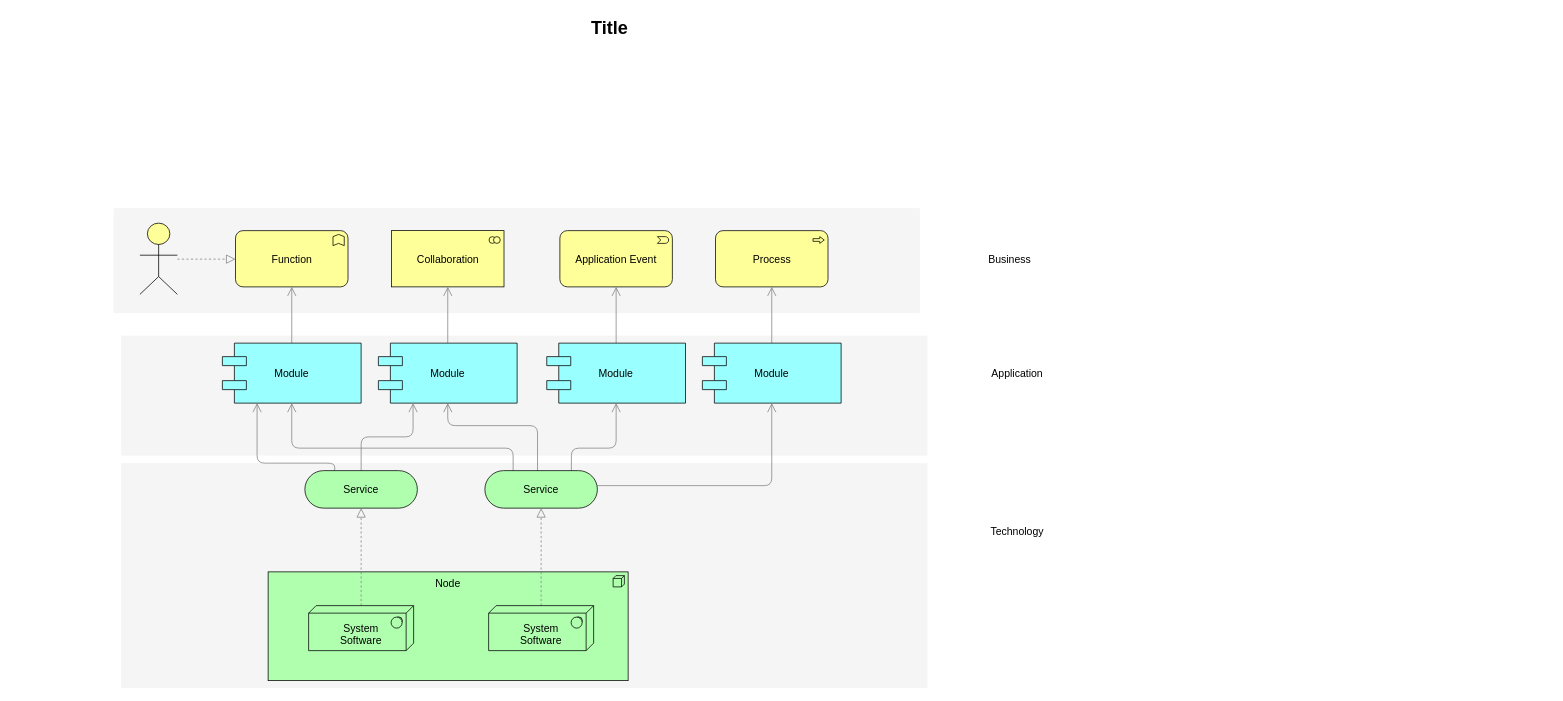
cocokoo/website keeps this draw.io diagram as 运营系统DM架构.drawio. Above is the earlier version. Source tidied: cells renumbered, new cells numbered last; positions are measured from the earlier drawing's top-left corner, leaving out a move shared by most shapes. Both pictures are drawn from the tidied source at 75%, with x=0, y=0 at pixel (13, 13).
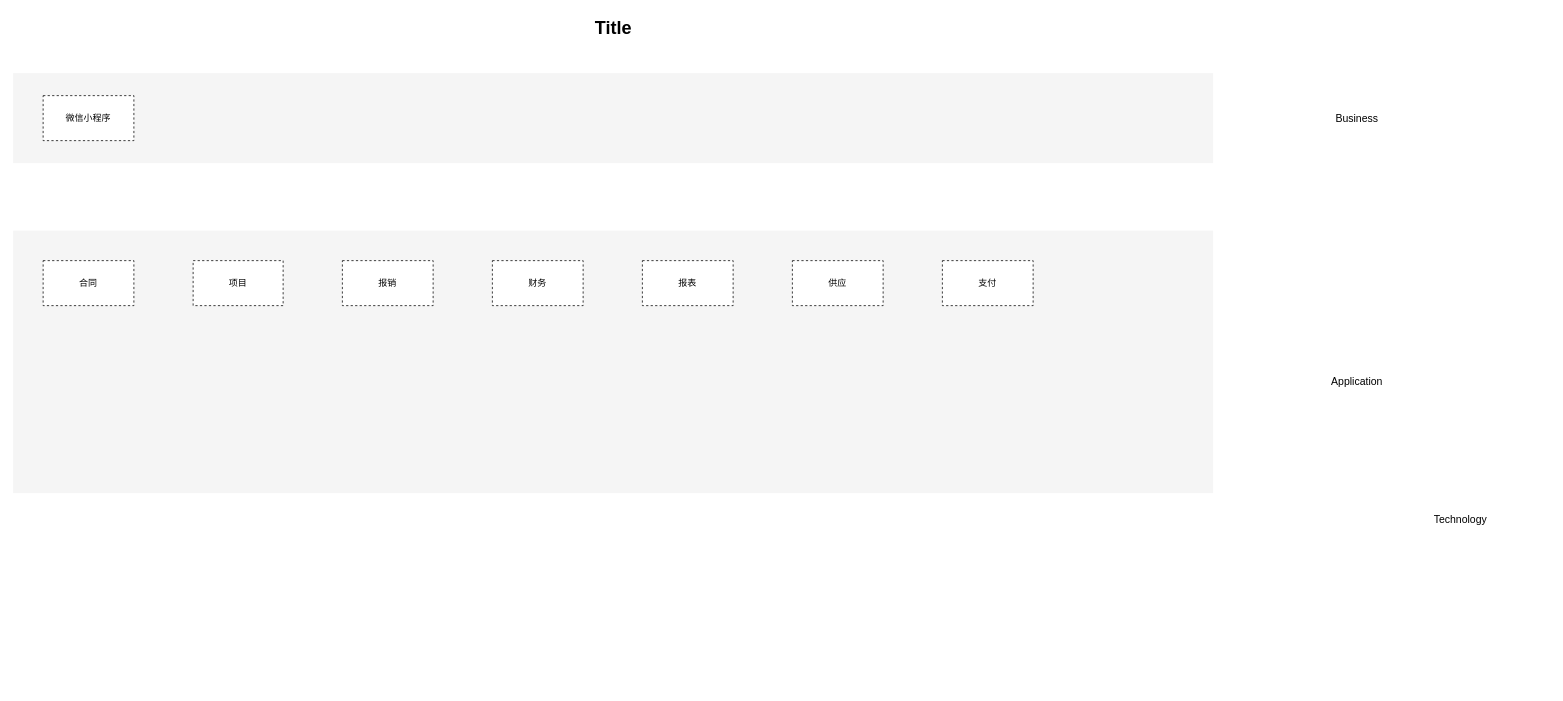
The same diagram, later.

Commit message (it also covers changes not shown here):
Update 运营系统DM架构.drawio

The edit, as a diff of the source:
```diff
@@
-    <mxCell id="2" style="whiteSpace=wrap;html=1;strokeColor=none;strokeWidth=1;fillColor=#f5f5f5;fontSize=14;" parent="1" vertex="1">
-      <mxGeometry x="144" y="600" width="1075" height="300" as="geometry" />
-    </mxCell>
-    <mxCell id="3" style="whiteSpace=wrap;html=1;strokeColor=none;strokeWidth=1;fillColor=#f5f5f5;fontSize=14;" parent="1" vertex="1">
-      <mxGeometry x="144" y="430" width="1075" height="160" as="geometry" />
-    </mxCell>
-    <mxCell id="4" style="whiteSpace=wrap;html=1;strokeColor=none;strokeWidth=1;fillColor=#f5f5f5;fontSize=14;" parent="1" vertex="1">
-      <mxGeometry x="134" y="260" width="1075" height="140" as="geometry" />
-    </mxCell>
-    <mxCell id="5" value="Node" style="html=1;whiteSpace=wrap;fillColor=#AFFFAF;strokeColor=#000000;shape=mxgraph.archimate3.application;appType=node;archiType=square;fontSize=14;verticalAlign=top;" parent="1" vertex="1">
-      <mxGeometry x="340" y="745" width="480" height="145" as="geometry" />
-    </mxCell>
-    <mxCell id="6" style="edgeStyle=elbowEdgeStyle;rounded=1;elbow=vertical;html=1;startSize=10;endArrow=block;endFill=0;endSize=10;jettySize=auto;strokeColor=#808080;fontSize=14;dashed=1;" parent="1" edge="1" source="7" target="12">
-      <mxGeometry relative="1" as="geometry" />
-    </mxCell>
-    <mxCell id="7" value="&lt;div&gt;&lt;br&gt;&lt;/div&gt;System&lt;div&gt;Software&lt;/div&gt;" style="html=1;whiteSpace=wrap;fillColor=#AFFFAF;strokeColor=#000000;shape=mxgraph.archimate3.tech;techType=sysSw;fontSize=14;" parent="1" vertex="1">
-      <mxGeometry x="394" y="790" width="140" height="60" as="geometry" />
-    </mxCell>
-    <mxCell id="8" style="edgeStyle=elbowEdgeStyle;rounded=1;elbow=vertical;html=1;startSize=10;endArrow=block;endFill=0;endSize=10;jettySize=auto;strokeColor=#808080;fontSize=14;dashed=1;" parent="1" edge="1" source="9" target="17">
-      <mxGeometry relative="1" as="geometry" />
-    </mxCell>
-    <mxCell id="9" value="&lt;div&gt;&lt;br&gt;&lt;/div&gt;&lt;div&gt;&lt;span&gt;System&lt;/span&gt;&lt;div&gt;Software&lt;/div&gt;&lt;/div&gt;" style="html=1;whiteSpace=wrap;fillColor=#AFFFAF;strokeColor=#000000;shape=mxgraph.archimate3.tech;techType=sysSw;fontSize=14;" parent="1" vertex="1">
-      <mxGeometry x="634" y="790" width="140" height="60" as="geometry" />
-    </mxCell>
-    <mxCell id="10" style="edgeStyle=elbowEdgeStyle;rounded=1;elbow=vertical;html=1;startSize=10;endArrow=open;endFill=0;endSize=10;jettySize=auto;strokeColor=#808080;fontSize=14;entryX=0.25;entryY=1;" parent="1" edge="1" source="12" target="21">
-      <mxGeometry relative="1" as="geometry" />
-    </mxCell>
-    <mxCell id="11" style="edgeStyle=elbowEdgeStyle;rounded=1;elbow=vertical;html=1;startSize=10;endArrow=open;endFill=0;endSize=10;jettySize=auto;strokeColor=#808080;fontSize=14;entryX=0.25;entryY=1;exitX=0.265;exitY=0.007;exitPerimeter=0;" parent="1" edge="1" source="12" target="19">
-      <mxGeometry relative="1" as="geometry">
-        <Array as="points">
-          <mxPoint x="372" y="600" />
-        </Array>
-      </mxGeometry>
-    </mxCell>
-    <mxCell id="12" value="Service" style="html=1;whiteSpace=wrap;fillColor=#AFFFAF;strokeColor=#000000;shape=mxgraph.archimate3.service;fontSize=14;" parent="1" vertex="1">
-      <mxGeometry x="389" y="610" width="150" height="50" as="geometry" />
-    </mxCell>
-    <mxCell id="13" style="edgeStyle=elbowEdgeStyle;rounded=1;elbow=vertical;html=1;startSize=10;endArrow=open;endFill=0;endSize=10;jettySize=auto;strokeColor=#808080;fontSize=14;" parent="1" edge="1" source="17" target="25">
-      <mxGeometry relative="1" as="geometry">
-        <Array as="points">
-          <mxPoint x="859" y="630" />
-        </Array>
-      </mxGeometry>
-    </mxCell>
-    <mxCell id="14" style="edgeStyle=elbowEdgeStyle;rounded=1;elbow=vertical;html=1;startSize=10;endArrow=open;endFill=0;endSize=10;jettySize=auto;strokeColor=#808080;fontSize=14;entryX=0.5;entryY=1;exitX=0.769;exitY=0.025;exitPerimeter=0;" parent="1" edge="1" source="17" target="23">
-      <mxGeometry relative="1" as="geometry">
-        <Array as="points">
-          <mxPoint x="759" y="580" />
-        </Array>
-      </mxGeometry>
-    </mxCell>
-    <mxCell id="15" style="edgeStyle=elbowEdgeStyle;rounded=1;elbow=vertical;html=1;startSize=10;endArrow=open;endFill=0;endSize=10;jettySize=auto;strokeColor=#808080;fontSize=14;entryX=0.5;entryY=1;exitX=0.468;exitY=0.025;exitPerimeter=0;" parent="1" edge="1" source="17" target="21">
-      <mxGeometry relative="1" as="geometry">
-        <Array as="points">
-          <mxPoint x="649" y="550" />
-        </Array>
-      </mxGeometry>
-    </mxCell>
-    <mxCell id="16" style="edgeStyle=elbowEdgeStyle;rounded=1;elbow=vertical;html=1;startSize=10;endArrow=open;endFill=0;endSize=10;jettySize=auto;strokeColor=#808080;fontSize=14;exitX=0.251;exitY=0.002;exitPerimeter=0;" parent="1" edge="1" source="17" target="19">
-      <mxGeometry relative="1" as="geometry">
-        <Array as="points">
-          <mxPoint x="539" y="580" />
-        </Array>
-      </mxGeometry>
-    </mxCell>
-    <mxCell id="17" value="Service" style="html=1;whiteSpace=wrap;fillColor=#AFFFAF;strokeColor=#000000;shape=mxgraph.archimate3.service;fontSize=14;" parent="1" vertex="1">
-      <mxGeometry x="629" y="610" width="150" height="50" as="geometry" />
-    </mxCell>
-    <mxCell id="18" style="edgeStyle=elbowEdgeStyle;rounded=1;elbow=vertical;html=1;startSize=10;endArrow=open;endFill=0;endSize=10;jettySize=auto;strokeColor=#808080;fontSize=14;" parent="1" edge="1" source="19" target="26">
-      <mxGeometry relative="1" as="geometry" />
-    </mxCell>
-    <mxCell id="19" value="Module" style="shape=component;align=center;strokeColor=#000000;fillColor=#99ffff;gradientColor=none;fontSize=14;" parent="1" vertex="1">
-      <mxGeometry x="279" y="440" width="185" height="80" as="geometry" />
-    </mxCell>
-    <mxCell id="20" style="edgeStyle=elbowEdgeStyle;rounded=1;elbow=vertical;html=1;startSize=10;endArrow=open;endFill=0;endSize=10;jettySize=auto;strokeColor=#808080;fontSize=14;" parent="1" edge="1" source="21" target="27">
-      <mxGeometry relative="1" as="geometry" />
-    </mxCell>
-    <mxCell id="21" value="Module" style="shape=component;align=center;strokeColor=#000000;fillColor=#99ffff;gradientColor=none;fontSize=14;" parent="1" vertex="1">
-      <mxGeometry x="487" y="440" width="185" height="80" as="geometry" />
-    </mxCell>
-    <mxCell id="22" style="edgeStyle=elbowEdgeStyle;rounded=1;elbow=vertical;html=1;startSize=10;endArrow=open;endFill=0;endSize=10;jettySize=auto;strokeColor=#808080;fontSize=14;" parent="1" edge="1" source="23" target="28">
-      <mxGeometry relative="1" as="geometry" />
-    </mxCell>
-    <mxCell id="23" value="Module" style="shape=component;align=center;strokeColor=#000000;fillColor=#99ffff;gradientColor=none;fontSize=14;" parent="1" vertex="1">
-      <mxGeometry x="711.5" y="440" width="185" height="80" as="geometry" />
-    </mxCell>
-    <mxCell id="24" style="edgeStyle=elbowEdgeStyle;rounded=1;elbow=vertical;html=1;startSize=10;endArrow=open;endFill=0;endSize=10;jettySize=auto;strokeColor=#808080;fontSize=14;" parent="1" edge="1" source="25" target="29">
-      <mxGeometry relative="1" as="geometry" />
-    </mxCell>
-    <mxCell id="25" value="Module" style="shape=component;align=center;strokeColor=#000000;fillColor=#99ffff;gradientColor=none;fontSize=14;" parent="1" vertex="1">
-      <mxGeometry x="919" y="440" width="185" height="80" as="geometry" />
-    </mxCell>
-    <mxCell id="26" value="Function" style="html=1;whiteSpace=wrap;fillColor=#ffff99;strokeColor=#000000;shape=mxgraph.archimate3.application;appType=func;archiType=rounded;fontSize=14;" parent="1" vertex="1">
-      <mxGeometry x="296.5" y="290" width="150" height="75" as="geometry" />
-    </mxCell>
-    <mxCell id="27" value="Collaboration" style="html=1;whiteSpace=wrap;fillColor=#ffff99;strokeColor=#000000;shape=mxgraph.archimate3.application;appType=collab;archiType=square;fontSize=14;" parent="1" vertex="1">
-      <mxGeometry x="504.5" y="290" width="150" height="75" as="geometry" />
-    </mxCell>
-    <mxCell id="28" value="Application Event" style="html=1;whiteSpace=wrap;fillColor=#ffff99;strokeColor=#000000;shape=mxgraph.archimate3.application;appType=event;archiType=rounded;fontSize=14;" parent="1" vertex="1">
-      <mxGeometry x="729" y="290" width="150" height="75" as="geometry" />
-    </mxCell>
-    <mxCell id="29" value="Process" style="html=1;whiteSpace=wrap;fillColor=#ffff99;strokeColor=#000000;shape=mxgraph.archimate3.application;appType=proc;archiType=rounded;fontSize=14;" parent="1" vertex="1">
-      <mxGeometry x="936.5" y="290" width="150" height="75" as="geometry" />
-    </mxCell>
     <mxCell id="30" value="Technology" style="text;html=1;strokeColor=none;fillColor=none;align=center;verticalAlign=middle;whiteSpace=wrap;fontSize=14;" parent="1" vertex="1">
-      <mxGeometry x="1219" y="681" width="240" height="20" as="geometry" />
+      <mxGeometry x="1810" y="665" width="240" height="20" as="geometry" />
     </mxCell>
     <mxCell id="31" value="Application" style="text;html=1;strokeColor=none;fillColor=none;align=center;verticalAlign=middle;whiteSpace=wrap;fontSize=14;" parent="1" vertex="1">
-      <mxGeometry x="1219" y="471" width="240" height="20" as="geometry" />
+      <mxGeometry x="1672" y="481" width="240" height="20" as="geometry" />
     </mxCell>
     <mxCell id="32" value="Business" style="text;html=1;strokeColor=none;fillColor=none;align=center;verticalAlign=middle;whiteSpace=wrap;fontSize=14;" parent="1" vertex="1">
-      <mxGeometry x="1209" y="319" width="240" height="20" as="geometry" />
+      <mxGeometry x="1671.8" y="130" width="240" height="20" as="geometry" />
     </mxCell>
-    <mxCell id="33" style="edgeStyle=elbowEdgeStyle;rounded=1;elbow=vertical;html=1;dashed=1;startSize=10;endArrow=block;endFill=0;endSize=10;jettySize=auto;strokeColor=#808080;fontSize=14;" parent="1" edge="1" source="34" target="26">
-      <mxGeometry relative="1" as="geometry" />
-    </mxCell>
-    <mxCell id="34" style="html=1;whiteSpace=wrap;fillColor=#ffff99;strokeColor=#000000;shape=mxgraph.archimate3.actor;fontSize=14;" parent="1" vertex="1">
-      <mxGeometry x="169" y="280" width="50" height="95" as="geometry" />
-    </mxCell>
     <mxCell id="35" value="Title" style="text;strokeColor=none;fillColor=none;html=1;fontSize=24;fontStyle=1;verticalAlign=middle;align=center;" parent="1" vertex="1">
-      <mxGeometry width="1590" height="40" as="geometry" />
+      <mxGeometry width="1600" height="40" as="geometry" />
     </mxCell>
+    <mxCell id="36" style="rounded=0;whiteSpace=wrap;html=1;fillColor=#f5f5f5;strokeColor=none;fontColor=#333333;dashed=1;" parent="1" vertex="1">
+      <mxGeometry y="80" width="1600" height="120" as="geometry" />
+    </mxCell>
+    <mxCell id="37" value="微信小程序" style="rounded=0;whiteSpace=wrap;html=1;dashed=1;strokeColor=#000000;" parent="1" vertex="1">
+      <mxGeometry x="40" y="110" width="121" height="60" as="geometry" />
+    </mxCell>
+    <mxCell id="38" style="rounded=0;whiteSpace=wrap;html=1;fillColor=#f5f5f5;strokeColor=none;fontColor=#333333;dashed=1;" parent="1" vertex="1">
+      <mxGeometry y="290" width="1600" height="350" as="geometry" />
+    </mxCell>
+    <mxCell id="39" value="合同" style="rounded=0;whiteSpace=wrap;html=1;dashed=1;strokeColor=#000000;" parent="1" vertex="1">
+      <mxGeometry x="40" y="330" width="121" height="60" as="geometry" />
+    </mxCell>
+    <mxCell id="40" value="项目" style="rounded=0;whiteSpace=wrap;html=1;dashed=1;strokeColor=#000000;" parent="1" vertex="1">
+      <mxGeometry x="240" y="330" width="120" height="60" as="geometry" />
+    </mxCell>
+    <mxCell id="41" value="报销" style="rounded=0;whiteSpace=wrap;html=1;dashed=1;strokeColor=#000000;" parent="1" vertex="1">
+      <mxGeometry x="439" y="330" width="121" height="60" as="geometry" />
+    </mxCell>
+    <mxCell id="42" value="财务" style="rounded=0;whiteSpace=wrap;html=1;dashed=1;strokeColor=#000000;" parent="1" vertex="1">
+      <mxGeometry x="639" y="330" width="121" height="60" as="geometry" />
+    </mxCell>
+    <mxCell id="43" value="报表" style="rounded=0;whiteSpace=wrap;html=1;dashed=1;strokeColor=#000000;" parent="1" vertex="1">
+      <mxGeometry x="839" y="330" width="121" height="60" as="geometry" />
+    </mxCell>
+    <mxCell id="44" value="供应" style="rounded=0;whiteSpace=wrap;html=1;dashed=1;strokeColor=#000000;" parent="1" vertex="1">
+      <mxGeometry x="1039" y="330" width="121" height="60" as="geometry" />
+    </mxCell>
+    <mxCell id="45" value="支付" style="rounded=0;whiteSpace=wrap;html=1;dashed=1;strokeColor=#000000;" parent="1" vertex="1">
+      <mxGeometry x="1239" y="330" width="121" height="60" as="geometry" />
+    </mxCell>
```
